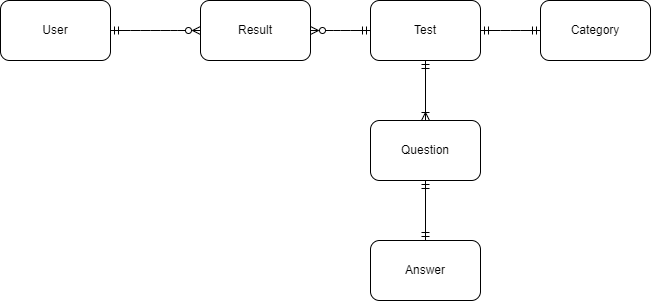
The draw.io diagram Диаграмма без названия.drawio.png in bursachelio/Rails, before a commit. Source tidied: cells renumbered, new cells last; positions are measured from the earlier drawing's top-left corner, leaving out a move shared by most shapes.
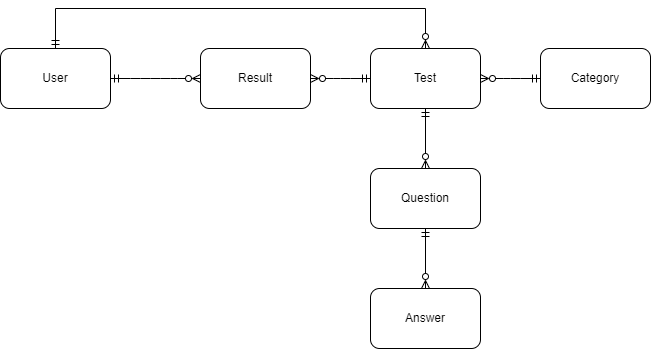
Later version of the same file.

Commit message:
диаграмма тест

The edit, as a diff of the source:
```diff
@@ -28,7 +28,7 @@
     <mxCell id="7" value="Category" style="rounded=1;whiteSpace=wrap;html=1;" parent="1" vertex="1">
       <mxGeometry x="540" width="110" height="60" as="geometry" />
     </mxCell>
-    <mxCell id="8" style="edgeStyle=entityRelationEdgeStyle;endArrow=ERmandOne;startArrow=ERmandOne;endFill=0;startFill=0;exitX=1;exitY=0.5;exitDx=0;exitDy=0;" parent="1" edge="1" source="5" target="7">
+    <mxCell id="8" style="edgeStyle=entityRelationEdgeStyle;endArrow=ERmandOne;startArrow=ERzeroToMany;endFill=0;startFill=0;exitX=1;exitY=0.5;exitDx=0;exitDy=0;" parent="1" edge="1" source="5" target="7">
       <mxGeometry relative="1" as="geometry">
         <Array as="points">
           <mxPoint x="180" y="50" />
@@ -38,16 +38,23 @@
     <mxCell id="9" value="Question" style="rounded=1;whiteSpace=wrap;html=1;" parent="1" vertex="1">
       <mxGeometry x="370" y="120" width="110" height="60" as="geometry" />
     </mxCell>
-    <mxCell id="10" style="endArrow=ERmandOne;html=1;rounded=0;curved=1;entryX=0.5;entryY=1;entryDx=0;entryDy=0;exitX=0.5;exitY=0;exitDx=0;exitDy=0;startArrow=ERoneToMany;startFill=0;endFill=0;" parent="1" edge="1" source="9" target="5">
+    <mxCell id="10" style="endArrow=ERmandOne;html=1;rounded=0;curved=1;entryX=0.5;entryY=1;entryDx=0;entryDy=0;exitX=0.5;exitY=0;exitDx=0;exitDy=0;startArrow=ERzeroToMany;startFill=0;endFill=0;" parent="1" edge="1" source="9" target="5">
       <mxGeometry relative="1" as="geometry" />
     </mxCell>
     <mxCell id="11" value="Answer" style="rounded=1;whiteSpace=wrap;html=1;" parent="1" vertex="1">
       <mxGeometry x="370" y="240" width="110" height="60" as="geometry" />
     </mxCell>
-    <mxCell id="12" style="endArrow=ERmandOne;html=1;rounded=0;curved=1;entryX=0.5;entryY=1;entryDx=0;entryDy=0;exitX=0.5;exitY=0;exitDx=0;exitDy=0;startArrow=ERmandOne;startFill=0;endFill=0;" parent="1" edge="1" source="11">
+    <mxCell id="12" style="endArrow=ERmandOne;html=1;rounded=0;curved=1;entryX=0.5;entryY=1;entryDx=0;entryDy=0;exitX=0.5;exitY=0;exitDx=0;exitDy=0;startArrow=ERzeroToMany;startFill=0;endFill=0;" parent="1" edge="1" source="11">
       <mxGeometry relative="1" as="geometry">
         <mxPoint x="425" y="180" as="targetPoint" />
       </mxGeometry>
     </mxCell>
+    <mxCell id="13" style="edgeStyle=elbowEdgeStyle;fontSize=12;html=1;endArrow=ERzeroToMany;startArrow=ERmandOne;rounded=0;targetPerimeterSpacing=0;endSize=6;exitX=0.5;exitY=0;exitDx=0;exitDy=0;entryX=0.5;entryY=0;entryDx=0;entryDy=0;" parent="1" edge="1" source="3" target="5">
+      <mxGeometry relative="1" as="geometry">
+        <Array as="points">
+          <mxPoint x="250" y="-40" />
+        </Array>
+      </mxGeometry>
+    </mxCell>
   </root>
 </mxGraphModel>
```
